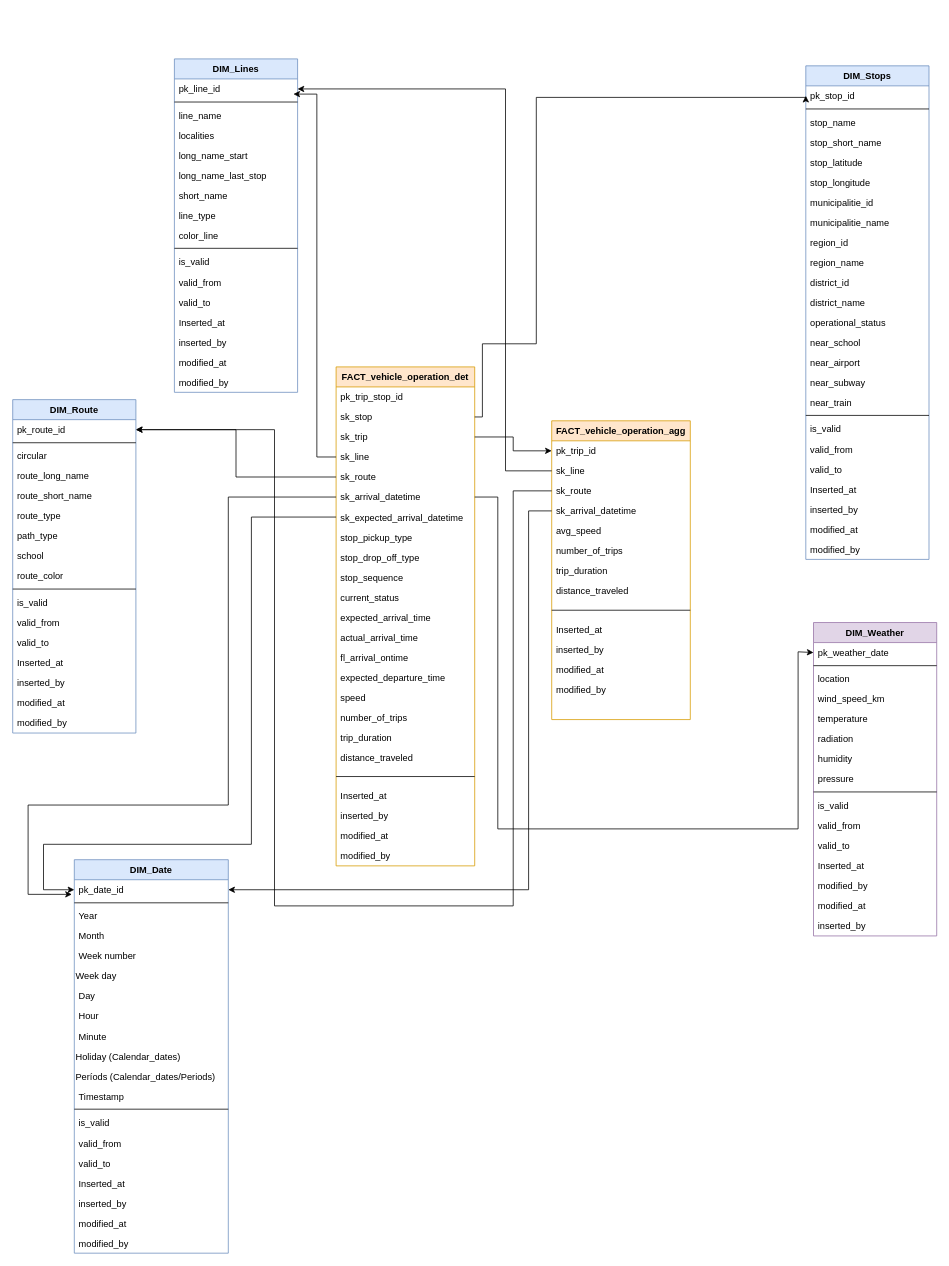
This is star_schema.drawio from joao-dias-25/final-project-edit, a draw.io file, before an edit. Source tidied: cells renumbered, new cells numbered last; positions are measured from the earlier drawing's top-left corner, leaving out a move shared by most shapes. Both pictures are drawn from the tidied source at 77%, with x=0, y=0 at pixel (12, 59).
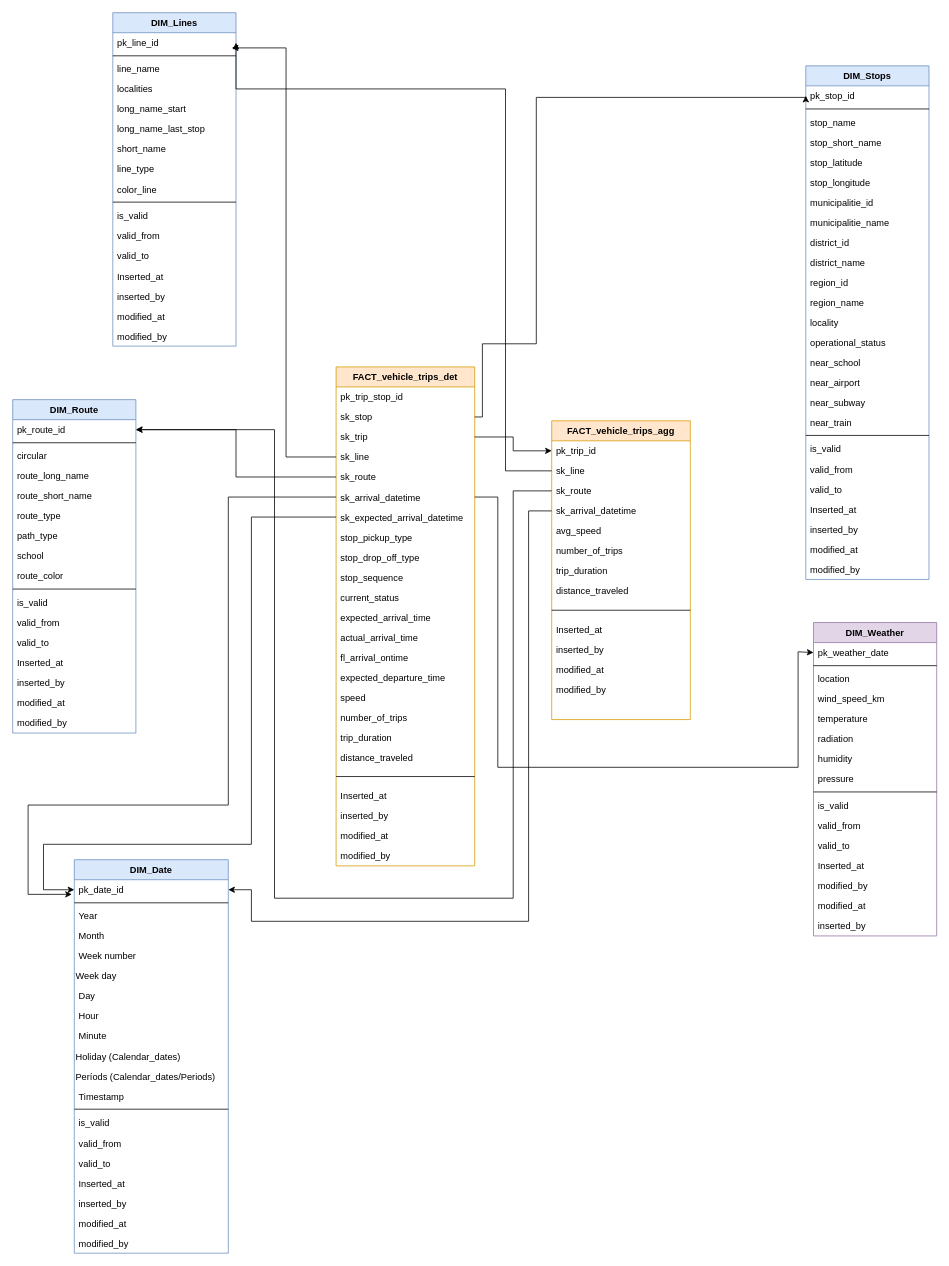
The same diagram, later.

Commit message:
Updated star_schema final version

Unchanged cells that the change refers to:
```xml
<mxCell id="47" value="pk_date_id" style="text;align=left;verticalAlign=top;spacingLeft=4;spacingRight=4;overflow=hidden;points=[[0,0.5],[1,0.5]];portConstraint=eastwest;" parent="46" vertex="1">
  <mxGeometry y="26" width="200" height="26" as="geometry" />
</mxCell>
<mxCell id="73" value="sk_arrival_datetime" style="text;align=left;verticalAlign=top;spacingLeft=4;spacingRight=4;overflow=hidden;points=[[0,0.5],[1,0.5]];portConstraint=eastwest;rounded=0;shadow=0;html=0;" parent="67" vertex="1">
  <mxGeometry y="156" width="180" height="26" as="geometry" />
</mxCell>
<mxCell id="93" value="pk_route_id" style="text;align=left;verticalAlign=top;spacingLeft=4;spacingRight=4;overflow=hidden;points=[[0,0.5],[1,0.5]];portConstraint=eastwest;" parent="92" vertex="1">
  <mxGeometry y="26" width="160" height="26" as="geometry" />
</mxCell>
<mxCell id="111" value="pk_weather_date" style="text;align=left;verticalAlign=top;spacingLeft=4;spacingRight=4;overflow=hidden;points=[[0,0.5],[1,0.5]];portConstraint=eastwest;" parent="110" vertex="1">
  <mxGeometry y="26" width="160" height="26" as="geometry" />
</mxCell>
<mxCell id="137" value="sk_route" style="text;align=left;verticalAlign=top;spacingLeft=4;spacingRight=4;overflow=hidden;points=[[0,0.5],[1,0.5]];portConstraint=eastwest;rounded=0;shadow=0;html=0;" parent="134" vertex="1">
  <mxGeometry y="78" width="180" height="26" as="geometry" />
</mxCell>
<mxCell id="138" value="sk_arrival_datetime" style="text;align=left;verticalAlign=top;spacingLeft=4;spacingRight=4;overflow=hidden;points=[[0,0.5],[1,0.5]];portConstraint=eastwest;rounded=0;shadow=0;html=0;" parent="134" vertex="1">
  <mxGeometry y="104" width="180" height="26" as="geometry" />
</mxCell>
```

Change to the diagram source:
```diff
@@
     <mxCell id="2" value="DIM_Stops" style="swimlane;fontStyle=1;align=center;verticalAlign=top;horizontal=1;startSize=26;rounded=0;shadow=0;strokeWidth=1;fillColor=#dae8fc;strokeColor=#6c8ebf;" parent="1" vertex="1">
-      <mxGeometry x="1030" y="9" width="160" height="641" as="geometry" />
+      <mxGeometry x="1030" y="9" width="160" height="667" as="geometry" />
     </mxCell>
@@
+    <mxCell id="13" value="district_id" style="text;align=left;verticalAlign=top;spacingLeft=4;spacingRight=4;overflow=hidden;" parent="2" vertex="1">
+      <mxGeometry y="216" width="160" height="26" as="geometry" />
+    </mxCell>
+    <mxCell id="14" value="district_name" style="text;align=left;verticalAlign=top;spacingLeft=4;spacingRight=4;overflow=hidden;rounded=0;shadow=0;html=0;" parent="2" vertex="1">
+      <mxGeometry y="242" width="160" height="26" as="geometry" />
+    </mxCell>
     <mxCell id="11" value="region_id" style="text;align=left;verticalAlign=top;spacingLeft=4;spacingRight=4;overflow=hidden;rounded=0;shadow=0;html=0;" parent="2" vertex="1">
-      <mxGeometry y="216" width="160" height="26" as="geometry" />
+      <mxGeometry y="268" width="160" height="26" as="geometry" />
     </mxCell>
     <mxCell id="12" value="region_name" style="text;align=left;verticalAlign=top;spacingLeft=4;spacingRight=4;overflow=hidden;rounded=0;shadow=0;html=0;" parent="2" vertex="1">
-      <mxGeometry y="242" width="160" height="26" as="geometry" />
+      <mxGeometry y="294" width="160" height="26" as="geometry" />
     </mxCell>
-    <mxCell id="13" value="district_id" style="text;align=left;verticalAlign=top;spacingLeft=4;spacingRight=4;overflow=hidden;" parent="2" vertex="1">
-      <mxGeometry y="268" width="160" height="26" as="geometry" />
-    </mxCell>
-    <mxCell id="14" value="district_name" style="text;align=left;verticalAlign=top;spacingLeft=4;spacingRight=4;overflow=hidden;rounded=0;shadow=0;html=0;" parent="2" vertex="1">
-      <mxGeometry y="294" width="160" height="26" as="geometry" />
-    </mxCell>
+    <mxCell id="152" value="locality" style="text;align=left;verticalAlign=top;spacingLeft=4;spacingRight=4;overflow=hidden;rounded=0;shadow=0;html=0;" parent="2" vertex="1">
+      <mxGeometry y="320" width="160" height="26" as="geometry" />
+    </mxCell>
     <mxCell id="15" value="operational_status" style="text;align=left;verticalAlign=top;spacingLeft=4;spacingRight=4;overflow=hidden;" parent="2" vertex="1">
-      <mxGeometry y="320" width="160" height="26" as="geometry" />
+      <mxGeometry y="346" width="160" height="26" as="geometry" />
     </mxCell>
     <mxCell id="16" value="near_school" style="text;align=left;verticalAlign=top;spacingLeft=4;spacingRight=4;overflow=hidden;" parent="2" vertex="1">
-      <mxGeometry y="346" width="160" height="26" as="geometry" />
+      <mxGeometry y="372" width="160" height="26" as="geometry" />
     </mxCell>
     <mxCell id="17" value="near_airport" style="text;align=left;verticalAlign=top;spacingLeft=4;spacingRight=4;overflow=hidden;" parent="2" vertex="1">
-      <mxGeometry y="372" width="160" height="26" as="geometry" />
+      <mxGeometry y="398" width="160" height="26" as="geometry" />
     </mxCell>
     <mxCell id="18" value="near_subway" style="text;align=left;verticalAlign=top;spacingLeft=4;spacingRight=4;overflow=hidden;" parent="2" vertex="1">
-      <mxGeometry y="398" width="160" height="26" as="geometry" />
+      <mxGeometry y="424" width="160" height="26" as="geometry" />
     </mxCell>
     <mxCell id="19" value="near_train" style="text;align=left;verticalAlign=top;spacingLeft=4;spacingRight=4;overflow=hidden;" parent="2" vertex="1">
-      <mxGeometry y="424" width="160" height="26" as="geometry" />
+      <mxGeometry y="450" width="160" height="26" as="geometry" />
     </mxCell>
     <mxCell id="20" style="line;html=1;strokeWidth=1;align=left;verticalAlign=middle;spacingTop=-1;spacingLeft=3;spacingRight=3;labelPosition=right;" parent="2" vertex="1">
-      <mxGeometry y="450" width="160" height="8" as="geometry" />
+      <mxGeometry y="476" width="160" height="8" as="geometry" />
     </mxCell>
     <mxCell id="21" value="is_valid" style="text;align=left;verticalAlign=top;spacingLeft=4;spacingRight=4;overflow=hidden;rounded=0;shadow=0;html=0;" parent="2" vertex="1">
-      <mxGeometry y="458" width="160" height="27" as="geometry" />
+      <mxGeometry y="484" width="160" height="27" as="geometry" />
     </mxCell>
     <mxCell id="22" value="valid_from" style="text;align=left;verticalAlign=top;spacingLeft=4;spacingRight=4;overflow=hidden;" parent="2" vertex="1">
-      <mxGeometry y="485" width="160" height="26" as="geometry" />
+      <mxGeometry y="511" width="160" height="26" as="geometry" />
     </mxCell>
     <mxCell id="23" value="valid_to" style="text;align=left;verticalAlign=top;spacingLeft=4;spacingRight=4;overflow=hidden;" parent="2" vertex="1">
-      <mxGeometry y="511" width="160" height="26" as="geometry" />
+      <mxGeometry y="537" width="160" height="26" as="geometry" />
     </mxCell>
     <mxCell id="24" value="Inserted_at" style="text;align=left;verticalAlign=top;spacingLeft=4;spacingRight=4;overflow=hidden;" parent="2" vertex="1">
-      <mxGeometry y="537" width="160" height="26" as="geometry" />
+      <mxGeometry y="563" width="160" height="26" as="geometry" />
     </mxCell>
     <mxCell id="25" value="inserted_by" style="text;align=left;verticalAlign=top;spacingLeft=4;spacingRight=4;overflow=hidden;" parent="2" vertex="1">
-      <mxGeometry y="563" width="160" height="26" as="geometry" />
+      <mxGeometry y="589" width="160" height="26" as="geometry" />
     </mxCell>
     <mxCell id="26" value="modified_at&#10;" style="text;align=left;verticalAlign=top;spacingLeft=4;spacingRight=4;overflow=hidden;" parent="2" vertex="1">
-      <mxGeometry y="589" width="160" height="26" as="geometry" />
+      <mxGeometry y="615" width="160" height="26" as="geometry" />
     </mxCell>
     <mxCell id="27" value="modified_by" style="text;align=left;verticalAlign=top;spacingLeft=4;spacingRight=4;overflow=hidden;" parent="2" vertex="1">
-      <mxGeometry y="615" width="160" height="26" as="geometry" />
+      <mxGeometry y="641" width="160" height="26" as="geometry" />
     </mxCell>
     <mxCell id="28" value="DIM_Lines" style="swimlane;fontStyle=1;align=center;verticalAlign=top;horizontal=1;startSize=26;rounded=0;shadow=0;strokeWidth=1;fillColor=#dae8fc;strokeColor=#6c8ebf;" parent="1" vertex="1">
-      <mxGeometry x="210" width="160" height="433" as="geometry" />
+      <mxGeometry x="130" y="-60" width="160" height="433" as="geometry" />
     </mxCell>
@@
-    <mxCell id="67" value="FACT_vehicle_operation_det" style="swimlane;fontStyle=1;align=center;verticalAlign=top;horizontal=1;startSize=26;rounded=0;shadow=0;strokeWidth=1;fillColor=#ffe6cc;strokeColor=#d79b00;" parent="1" vertex="1">
+    <mxCell id="67" value="FACT_vehicle_trips_det" style="swimlane;fontStyle=1;align=center;verticalAlign=top;horizontal=1;startSize=26;rounded=0;shadow=0;strokeWidth=1;fillColor=#ffe6cc;strokeColor=#d79b00;" parent="1" vertex="1">
       <mxGeometry x="420" y="400" width="180" height="648" as="geometry" />
     </mxCell>
@@
     <mxCell id="133" style="edgeStyle=orthogonalEdgeStyle;rounded=0;jettySize=auto;html=1;entryX=0;entryY=0.5;entryDx=0;entryDy=0;exitX=1;exitY=0.5;exitDx=0;exitDy=0;" parent="1" edge="1" source="73" target="111">
       <mxGeometry relative="1" as="geometry">
         <Array as="points">
           <mxPoint x="630" y="569" />
-          <mxPoint x="630" y="1000" />
-          <mxPoint x="1020" y="1000" />
+          <mxPoint x="630" y="920" />
+          <mxPoint x="1020" y="920" />
           <mxPoint x="1020" y="770" />
           <mxPoint x="1040" y="770" />
         </Array>
       </mxGeometry>
     </mxCell>
-    <mxCell id="134" value="FACT_vehicle_operation_agg" style="swimlane;fontStyle=1;align=center;verticalAlign=top;horizontal=1;startSize=26;rounded=0;shadow=0;strokeWidth=1;fillColor=#ffe6cc;strokeColor=#d79b00;" parent="1" vertex="1">
+    <mxCell id="134" value="FACT_vehicle_trips_agg" style="swimlane;fontStyle=1;align=center;verticalAlign=top;horizontal=1;startSize=26;rounded=0;shadow=0;strokeWidth=1;fillColor=#ffe6cc;strokeColor=#d79b00;" parent="1" vertex="1">
       <mxGeometry x="700" y="470" width="180" height="388" as="geometry" />
     </mxCell>
@@
-    <mxCell id="149" style="edgeStyle=orthogonalEdgeStyle;rounded=0;jettySize=auto;html=1;" parent="1" edge="1" source="138" target="47">
+    <mxCell id="149" style="edgeStyle=orthogonalEdgeStyle;rounded=0;jettySize=auto;html=1;entryX=1;entryY=0.5;entryDx=0;entryDy=0;" parent="1" edge="1" source="138" target="47">
       <mxGeometry relative="1" as="geometry">
         <Array as="points">
           <mxPoint x="670" y="587" />
-          <mxPoint x="670" y="1079" />
+          <mxPoint x="670" y="1120" />
+          <mxPoint x="310" y="1120" />
+          <mxPoint x="310" y="1079" />
         </Array>
       </mxGeometry>
     </mxCell>
@@
     <mxCell id="151" style="edgeStyle=orthogonalEdgeStyle;rounded=0;jettySize=auto;html=1;entryX=1;entryY=0.5;entryDx=0;entryDy=0;exitX=0;exitY=0.5;exitDx=0;exitDy=0;" parent="1" edge="1" source="137" target="93">
       <mxGeometry relative="1" as="geometry">
         <Array as="points">
           <mxPoint x="650" y="561" />
-          <mxPoint x="650" y="1100" />
-          <mxPoint x="340" y="1100" />
+          <mxPoint x="650" y="1090" />
+          <mxPoint x="340" y="1090" />
           <mxPoint x="340" y="482" />
         </Array>
       </mxGeometry>
     </mxCell>
```
